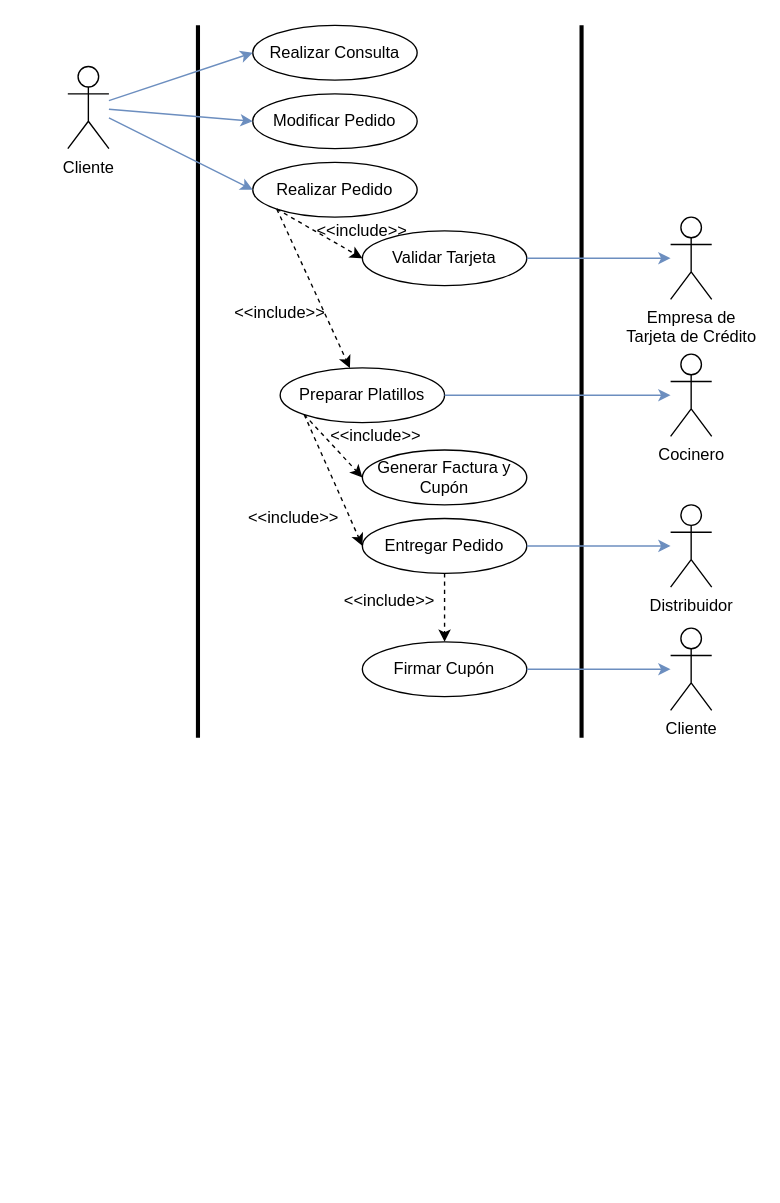
Before: TP1/diagramas/casos de uso/diag.drawio in mauro7x/aninfo, a draw.io diagram. Source tidied: cells renumbered, new cells numbered last; positions are measured from the earlier drawing's top-left corner, leaving out a move shared by most shapes. Both pictures are drawn from the tidied source at 137%, with x=0, y=0 at pixel (67, 25).
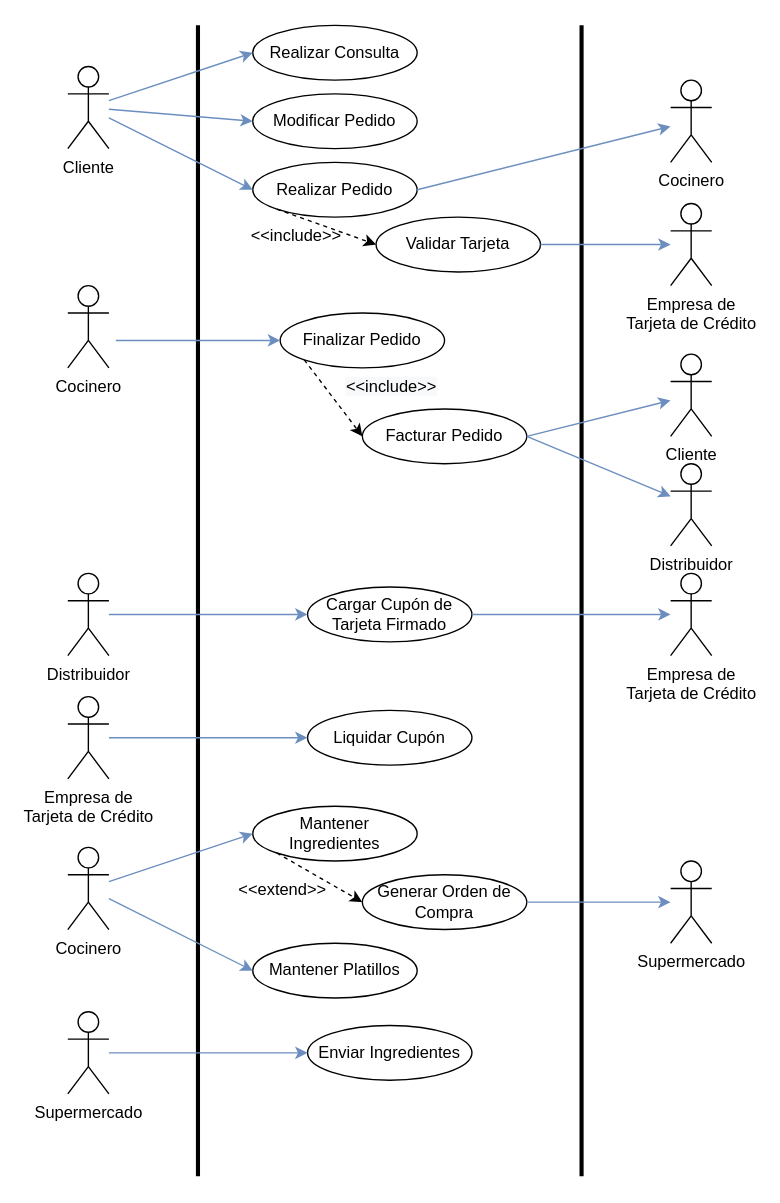
Above is the later version.

Commit message:
Potenciales cambios a diagreama de casos de uso

The change refers to these unchanged cells:
```xml
<mxCell id="7" value="Realizar Pedido" style="ellipse;whiteSpace=wrap;html=1;strokeWidth=1;fontSize=12;" parent="1" vertex="1">
  <mxGeometry x="135" y="100" width="120" height="40" as="geometry" />
</mxCell>
<mxCell id="28" style="endArrow=classic;html=1;dashed=1;entryX=0;entryY=0.5;entryDx=0;entryDy=0;exitX=0;exitY=1;exitDx=0;exitDy=0;" parent="1" edge="1" source="11" target="12">
  <mxGeometry relative="1" as="geometry" />
</mxCell>
```

What changed in the source:
```diff
@@
     <mxCell id="2" style="endArrow=none;html=1;strokeWidth=3;" parent="1" edge="1">
       <mxGeometry relative="1" as="geometry">
-        <mxPoint x="95" y="520" as="sourcePoint" />
+        <mxPoint x="95" y="840" as="sourcePoint" />
         <mxPoint x="95" as="targetPoint" />
       </mxGeometry>
     </mxCell>
     <mxCell id="3" style="endArrow=none;html=1;strokeWidth=3;" parent="1" edge="1">
       <mxGeometry relative="1" as="geometry">
-        <mxPoint x="375" y="520" as="sourcePoint" />
+        <mxPoint x="375" y="840" as="sourcePoint" />
         <mxPoint x="375" as="targetPoint" />
       </mxGeometry>
     </mxCell>
@@
-    <mxCell id="11" value="Preparar Platillos" style="ellipse;whiteSpace=wrap;html=1;strokeWidth=1;fontSize=12;" parent="1" vertex="1">
-      <mxGeometry x="155" y="250" width="120" height="40" as="geometry" />
+    <mxCell id="11" value="Finalizar Pedido" style="ellipse;whiteSpace=wrap;html=1;strokeWidth=1;fontSize=12;" parent="1" vertex="1">
+      <mxGeometry x="155" y="210" width="120" height="40" as="geometry" />
     </mxCell>
-    <mxCell id="12" value="Entregar Pedido" style="ellipse;whiteSpace=wrap;html=1;strokeWidth=1;fontSize=12;" parent="1" vertex="1">
-      <mxGeometry x="215" y="360" width="120" height="40" as="geometry" />
+    <mxCell id="12" value="Facturar Pedido" style="ellipse;whiteSpace=wrap;html=1;strokeWidth=1;fontSize=12;" parent="1" vertex="1">
+      <mxGeometry x="215" y="280" width="120" height="40" as="geometry" />
     </mxCell>
     <mxCell id="13" value="Cocinero" style="shape=umlActor;verticalLabelPosition=bottom;verticalAlign=top;html=1;outlineConnect=0;" parent="1" vertex="1">
-      <mxGeometry x="440" y="240" width="30" height="60" as="geometry" />
+      <mxGeometry x="440" y="40" width="30" height="60" as="geometry" />
     </mxCell>
     <mxCell id="14" value="Validar Tarjeta" style="ellipse;whiteSpace=wrap;html=1;strokeWidth=1;fontSize=12;" parent="1" vertex="1">
-      <mxGeometry x="215" y="150" width="120" height="40" as="geometry" />
+      <mxGeometry x="225" y="140" width="120" height="40" as="geometry" />
     </mxCell>
     <mxCell id="15" value="Empresa de&lt;br&gt;Tarjeta de Crédito" style="shape=umlActor;verticalLabelPosition=bottom;verticalAlign=top;html=1;outlineConnect=0;" parent="1" vertex="1">
-      <mxGeometry x="440" y="140" width="30" height="60" as="geometry" />
+      <mxGeometry x="440" y="130" width="30" height="60" as="geometry" />
     </mxCell>
-    <mxCell id="16" style="endArrow=classic;html=1;exitX=0;exitY=1;exitDx=0;exitDy=0;dashed=1;" parent="1" edge="1" source="7" target="11">
-      <mxGeometry relative="1" as="geometry" />
-    </mxCell>
@@
-    <mxCell id="18" value="&amp;lt;&amp;lt;include&amp;gt;&amp;gt;" style="text;html=1;strokeColor=none;fillColor=none;align=center;verticalAlign=middle;whiteSpace=wrap;rounded=0;" parent="1" vertex="1">
-      <mxGeometry x="135" y="200" width="40" height="20" as="geometry" />
-    </mxCell>
     <mxCell id="19" value="&amp;lt;&amp;lt;include&amp;gt;&amp;gt;" style="text;html=1;strokeColor=none;fillColor=none;align=center;verticalAlign=middle;whiteSpace=wrap;rounded=0;" parent="1" vertex="1">
-      <mxGeometry x="195" y="140" width="40" height="20" as="geometry" />
+      <mxGeometry x="147" y="144" width="40" height="20" as="geometry" />
     </mxCell>
@@
-    <mxCell id="21" style="endArrow=classic;html=1;strokeWidth=1;fontSize=14;fillColor=#dae8fc;strokeColor=#6c8ebf;exitX=1;exitY=0.5;exitDx=0;exitDy=0;" parent="1" edge="1" source="11" target="13">
+    <mxCell id="21" style="endArrow=classic;html=1;strokeWidth=1;fontSize=14;fillColor=#dae8fc;strokeColor=#6c8ebf;exitX=1;exitY=0.5;exitDx=0;exitDy=0;" parent="1" edge="1" source="7" target="13">
       <mxGeometry relative="1" as="geometry" />
     </mxCell>
-    <mxCell id="22" style="endArrow=classic;html=1;dashed=1;exitX=0;exitY=1;exitDx=0;exitDy=0;entryX=0;entryY=0.5;entryDx=0;entryDy=0;" parent="1" edge="1" source="11" target="26">
-      <mxGeometry relative="1" as="geometry" />
-    </mxCell>
-    <mxCell id="23" value="&amp;lt;&amp;lt;include&amp;gt;&amp;gt;" style="text;html=1;strokeColor=none;fillColor=none;align=center;verticalAlign=middle;whiteSpace=wrap;rounded=0;" parent="1" vertex="1">
-      <mxGeometry x="205" y="290" width="40" height="20" as="geometry" />
-    </mxCell>
     <mxCell id="24" value="Distribuidor" style="shape=umlActor;verticalLabelPosition=bottom;verticalAlign=top;html=1;outlineConnect=0;" parent="1" vertex="1">
-      <mxGeometry x="440" y="350" width="30" height="60" as="geometry" />
+      <mxGeometry x="440" y="320" width="30" height="60" as="geometry" />
     </mxCell>
@@
-    <mxCell id="26" value="Generar Factura y Cupón" style="ellipse;whiteSpace=wrap;html=1;strokeWidth=1;fontSize=12;" parent="1" vertex="1">
-      <mxGeometry x="215" y="310" width="120" height="40" as="geometry" />
-    </mxCell>
-    <mxCell id="27" value="&amp;lt;&amp;lt;include&amp;gt;&amp;gt;" style="text;html=1;strokeColor=none;fillColor=none;align=center;verticalAlign=middle;whiteSpace=wrap;rounded=0;" parent="1" vertex="1">
-      <mxGeometry x="145" y="350" width="40" height="20" as="geometry" />
-    </mxCell>
@@
-    <mxCell id="29" value="Firmar Cupón" style="ellipse;whiteSpace=wrap;html=1;strokeWidth=1;fontSize=12;" parent="1" vertex="1">
-      <mxGeometry x="215" y="450" width="120" height="40" as="geometry" />
-    </mxCell>
+    <mxCell id="34" value="&lt;span style=&quot;font-size: 12px ; background-color: rgb(248 , 249 , 250)&quot;&gt;&amp;lt;&amp;lt;include&amp;gt;&amp;gt;&lt;/span&gt;" style="edgeLabel;html=1;align=center;verticalAlign=middle;" parent="28" vertex="1">
+      <mxGeometry x="0.31" relative="1" as="geometry">
+        <mxPoint x="34.8" y="-17" as="offset" />
+      </mxGeometry>
+    </mxCell>
+    <mxCell id="35" value="Supermercado" style="shape=umlActor;verticalLabelPosition=bottom;verticalAlign=top;html=1;outlineConnect=0;" parent="1" vertex="1">
+      <mxGeometry x="440" y="610" width="30" height="60" as="geometry" />
+    </mxCell>
+    <mxCell id="36" value="Cocinero" style="shape=umlActor;verticalLabelPosition=bottom;verticalAlign=top;html=1;outlineConnect=0;" parent="1" vertex="1">
+      <mxGeometry y="600" width="30" height="60" as="geometry" />
+    </mxCell>
+    <mxCell id="37" value="Mantener Platillos" style="ellipse;whiteSpace=wrap;html=1;strokeWidth=1;fontSize=12;" parent="1" vertex="1">
+      <mxGeometry x="135" y="670" width="120" height="40" as="geometry" />
+    </mxCell>
+    <mxCell id="38" style="endArrow=classic;html=1;strokeWidth=1;fontSize=14;fillColor=#dae8fc;strokeColor=#6c8ebf;entryX=0;entryY=0.5;entryDx=0;entryDy=0;" parent="1" edge="1" source="36" target="37">
+      <mxGeometry relative="1" as="geometry" />
+    </mxCell>
+    <mxCell id="39" value="Mantener Ingredientes" style="ellipse;whiteSpace=wrap;html=1;strokeWidth=1;fontSize=12;" parent="1" vertex="1">
+      <mxGeometry x="135" y="570" width="120" height="40" as="geometry" />
+    </mxCell>
+    <mxCell id="40" style="endArrow=classic;html=1;strokeWidth=1;fontSize=14;fillColor=#dae8fc;strokeColor=#6c8ebf;entryX=0;entryY=0.5;entryDx=0;entryDy=0;" parent="1" edge="1" source="36" target="39">
+      <mxGeometry relative="1" as="geometry" />
+    </mxCell>
+    <mxCell id="41" value="Generar Orden de Compra" style="ellipse;whiteSpace=wrap;html=1;strokeWidth=1;fontSize=12;" parent="1" vertex="1">
+      <mxGeometry x="215" y="620" width="120" height="40" as="geometry" />
+    </mxCell>
+    <mxCell id="42" style="endArrow=classic;html=1;strokeWidth=1;fontSize=14;fillColor=#dae8fc;strokeColor=#6c8ebf;exitX=1;exitY=0.5;exitDx=0;exitDy=0;" parent="1" edge="1" source="41" target="35">
+      <mxGeometry relative="1" as="geometry" />
+    </mxCell>
+    <mxCell id="43" value="Distribuidor" style="shape=umlActor;verticalLabelPosition=bottom;verticalAlign=top;html=1;outlineConnect=0;" parent="1" vertex="1">
+      <mxGeometry y="400" width="30" height="60" as="geometry" />
+    </mxCell>
+    <mxCell id="44" value="Cargar Cupón de Tarjeta Firmado" style="ellipse;whiteSpace=wrap;html=1;strokeWidth=1;fontSize=12;" parent="1" vertex="1">
+      <mxGeometry x="175" y="410" width="120" height="40" as="geometry" />
+    </mxCell>
+    <mxCell id="45" style="endArrow=classic;html=1;strokeWidth=1;fontSize=14;fillColor=#dae8fc;strokeColor=#6c8ebf;entryX=0;entryY=0.5;entryDx=0;entryDy=0;" parent="1" edge="1" source="43" target="44">
+      <mxGeometry relative="1" as="geometry" />
+    </mxCell>
+    <mxCell id="46" value="Empresa de&lt;br&gt;Tarjeta de Crédito" style="shape=umlActor;verticalLabelPosition=bottom;verticalAlign=top;html=1;outlineConnect=0;" parent="1" vertex="1">
+      <mxGeometry x="440" y="400" width="30" height="60" as="geometry" />
+    </mxCell>
+    <mxCell id="47" value="Liquidar Cupón" style="ellipse;whiteSpace=wrap;html=1;strokeWidth=1;fontSize=12;" parent="1" vertex="1">
+      <mxGeometry x="175" y="500" width="120" height="40" as="geometry" />
+    </mxCell>
+    <mxCell id="48" style="endArrow=classic;html=1;strokeWidth=1;fontSize=14;fillColor=#dae8fc;strokeColor=#6c8ebf;" parent="1" edge="1" source="44" target="46">
+      <mxGeometry relative="1" as="geometry" />
+    </mxCell>
+    <mxCell id="49" value="Empresa de&lt;br&gt;Tarjeta de Crédito" style="shape=umlActor;verticalLabelPosition=bottom;verticalAlign=top;html=1;outlineConnect=0;" parent="1" vertex="1">
+      <mxGeometry y="490" width="30" height="60" as="geometry" />
+    </mxCell>
+    <mxCell id="50" style="endArrow=classic;html=1;strokeWidth=1;fontSize=14;fillColor=#dae8fc;strokeColor=#6c8ebf;entryX=0;entryY=0.5;entryDx=0;entryDy=0;" parent="1" edge="1" source="49" target="47">
+      <mxGeometry relative="1" as="geometry" />
+    </mxCell>
+    <mxCell id="51" style="endArrow=classic;html=1;entryX=0;entryY=0.5;entryDx=0;entryDy=0;dashed=1;exitX=0;exitY=1;exitDx=0;exitDy=0;" parent="1" edge="1" source="39" target="41">
+      <mxGeometry relative="1" as="geometry" />
+    </mxCell>
+    <mxCell id="52" value="&amp;lt;&amp;lt;extend&amp;gt;&amp;gt;" style="text;html=1;strokeColor=none;fillColor=none;align=center;verticalAlign=middle;whiteSpace=wrap;rounded=0;" parent="1" vertex="1">
+      <mxGeometry x="137" y="621" width="40" height="20" as="geometry" />
+    </mxCell>
+    <mxCell id="53" value="Supermercado" style="shape=umlActor;verticalLabelPosition=bottom;verticalAlign=top;html=1;outlineConnect=0;" parent="1" vertex="1">
+      <mxGeometry y="720" width="30" height="60" as="geometry" />
+    </mxCell>
+    <mxCell id="54" value="Enviar Ingredientes" style="ellipse;whiteSpace=wrap;html=1;strokeWidth=1;fontSize=12;" parent="1" vertex="1">
+      <mxGeometry x="175" y="730" width="120" height="40" as="geometry" />
+    </mxCell>
+    <mxCell id="55" style="endArrow=classic;html=1;strokeWidth=1;fontSize=14;fillColor=#dae8fc;strokeColor=#6c8ebf;entryX=0;entryY=0.5;entryDx=0;entryDy=0;" parent="1" edge="1" source="53" target="54">
+      <mxGeometry relative="1" as="geometry" />
+    </mxCell>
+    <mxCell id="56" value="Cocinero" style="shape=umlActor;verticalLabelPosition=bottom;verticalAlign=top;html=1;" parent="1" vertex="1">
+      <mxGeometry y="190" width="30" height="60" as="geometry" />
+    </mxCell>
+    <mxCell id="57" style="endArrow=classic;html=1;strokeWidth=1;fontSize=14;fillColor=#dae8fc;strokeColor=#6c8ebf;entryX=0;entryY=0.5;entryDx=0;entryDy=0;" parent="1" edge="1" target="11">
+      <mxGeometry relative="1" as="geometry">
+        <mxPoint x="35" y="230" as="sourcePoint" />
+      </mxGeometry>
+    </mxCell>
     <mxCell id="30" value="Cliente" style="shape=umlActor;verticalLabelPosition=bottom;verticalAlign=top;html=1;outlineConnect=0;" parent="1" vertex="1">
-      <mxGeometry x="440" y="440" width="30" height="60" as="geometry" />
+      <mxGeometry x="440" y="240" width="30" height="60" as="geometry" />
     </mxCell>
-    <mxCell id="31" style="endArrow=classic;html=1;dashed=1;" parent="1" edge="1" source="12" target="29">
-      <mxGeometry relative="1" as="geometry" />
-    </mxCell>
-    <mxCell id="32" value="&amp;lt;&amp;lt;include&amp;gt;&amp;gt;" style="text;html=1;strokeColor=none;fillColor=none;align=center;verticalAlign=middle;whiteSpace=wrap;rounded=0;" parent="1" vertex="1">
-      <mxGeometry x="215" y="410" width="40" height="20" as="geometry" />
-    </mxCell>
-    <mxCell id="33" style="endArrow=classic;html=1;strokeWidth=1;fontSize=14;fillColor=#dae8fc;strokeColor=#6c8ebf;exitX=1;exitY=0.5;exitDx=0;exitDy=0;" parent="1" edge="1" source="29" target="30">
-      <mxGeometry relative="1" as="geometry" />
-    </mxCell>
+    <mxCell id="58" style="endArrow=classic;html=1;strokeWidth=1;fontSize=14;fillColor=#dae8fc;strokeColor=#6c8ebf;exitX=1;exitY=0.5;exitDx=0;exitDy=0;" parent="1" edge="1" source="12" target="30">
+      <mxGeometry relative="1" as="geometry" />
+    </mxCell>
```
